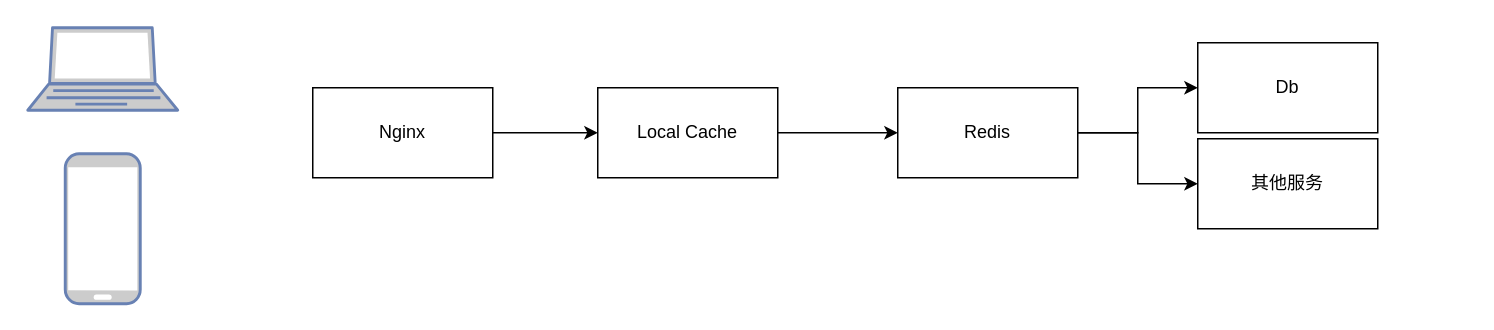
Earlier version of the draw.io diagram 未命名表单.drawio (lndj/draw.io). Source tidied: cells renumbered, new cells numbered last; positions are measured from the earlier drawing's top-left corner, leaving out a move shared by most shapes. Both pictures are drawn from the tidied source at 150%, with x=0, y=0 at pixel (27, 27).
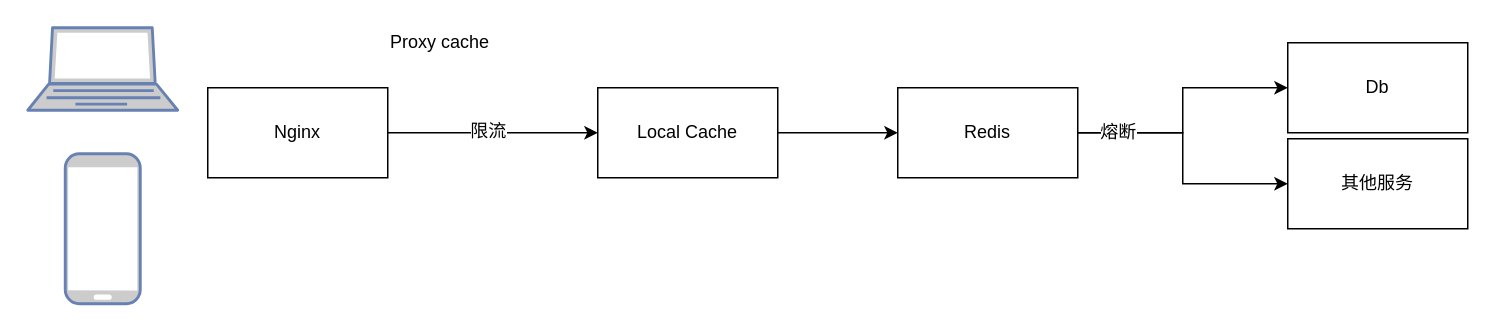
The same page after the edit.

Commit message:
更新未命名表单.drawio

What changed in the source:
```diff
@@
 <mxGraphModel>
   <root>
     <mxCell id="0" />
     <mxCell id="1" parent="0" />
     <mxCell id="2" style="fontColor=#0066CC;verticalAlign=top;verticalLabelPosition=bottom;labelPosition=center;align=center;html=1;fillColor=#CCCCCC;strokeColor=#6881B3;gradientColor=none;gradientDirection=north;strokeWidth=2;shape=mxgraph.networks.laptop;" parent="1" vertex="1">
       <mxGeometry width="100" height="55" as="geometry" />
     </mxCell>
     <mxCell id="3" style="fontColor=#0066CC;verticalAlign=top;verticalLabelPosition=bottom;labelPosition=center;align=center;html=1;fillColor=#CCCCCC;strokeColor=#6881B3;gradientColor=none;gradientDirection=north;strokeWidth=2;shape=mxgraph.networks.mobile;" parent="1" vertex="1">
       <mxGeometry x="25" y="84" width="50" height="100" as="geometry" />
     </mxCell>
     <mxCell id="4" style="edgeStyle=orthogonalEdgeStyle;rounded=0;jettySize=auto;html=1;" parent="1" edge="1" source="5">
       <mxGeometry relative="1" as="geometry">
         <mxPoint x="380" y="70" as="targetPoint" />
       </mxGeometry>
     </mxCell>
+    <mxCell id="13" value="限流" style="text;html=1;align=center;verticalAlign=middle;labelBackgroundColor=#ffffff;" parent="4" vertex="1">
+      <mxGeometry x="-0.06" y="2" relative="1" as="geometry" />
+    </mxCell>
     <mxCell id="5" value="Nginx" style="rounded=0;whiteSpace=wrap;html=1;" parent="1" vertex="1">
-      <mxGeometry x="190" y="40" width="120" height="60" as="geometry" />
+      <mxGeometry x="120" y="40" width="120" height="60" as="geometry" />
     </mxCell>
     <mxCell id="6" style="edgeStyle=orthogonalEdgeStyle;rounded=0;jettySize=auto;html=1;" parent="1" edge="1" source="7" target="10">
       <mxGeometry relative="1" as="geometry" />
     </mxCell>
     <mxCell id="7" value="Local Cache" style="rounded=0;whiteSpace=wrap;html=1;" parent="1" vertex="1">
       <mxGeometry x="380" y="40" width="120" height="60" as="geometry" />
     </mxCell>
     <mxCell id="8" style="edgeStyle=orthogonalEdgeStyle;rounded=0;jettySize=auto;html=1;" parent="1" edge="1" source="10" target="11">
       <mxGeometry relative="1" as="geometry" />
     </mxCell>
     <mxCell id="9" style="edgeStyle=orthogonalEdgeStyle;rounded=0;jettySize=auto;html=1;entryX=0;entryY=0.5;entryDx=0;entryDy=0;" parent="1" edge="1" source="10" target="12">
       <mxGeometry relative="1" as="geometry" />
     </mxCell>
+    <mxCell id="14" value="熔断&lt;br&gt;" style="text;html=1;align=center;verticalAlign=middle;labelBackgroundColor=#ffffff;" parent="9" vertex="1">
+      <mxGeometry x="-0.7" y="1" relative="1" as="geometry" />
+    </mxCell>
     <mxCell id="10" value="Redis&lt;br&gt;" style="rounded=0;whiteSpace=wrap;html=1;" parent="1" vertex="1">
       <mxGeometry x="580" y="40" width="120" height="60" as="geometry" />
     </mxCell>
     <mxCell id="11" value="Db&lt;br&gt;" style="rounded=0;whiteSpace=wrap;html=1;" parent="1" vertex="1">
-      <mxGeometry x="780" y="10" width="120" height="60" as="geometry" />
+      <mxGeometry x="840" y="10" width="120" height="60" as="geometry" />
     </mxCell>
     <mxCell id="12" value="其他服务" style="rounded=0;whiteSpace=wrap;html=1;" parent="1" vertex="1">
-      <mxGeometry x="780" y="74" width="120" height="60" as="geometry" />
+      <mxGeometry x="840" y="74" width="120" height="60" as="geometry" />
     </mxCell>
+    <mxCell id="15" value="Proxy cache&lt;br&gt;" style="text;html=1;align=left;verticalAlign=top;spacingTop=-4;" parent="1" vertex="1">
+      <mxGeometry x="240" width="80" height="20" as="geometry" />
+    </mxCell>
   </root>
 </mxGraphModel>
```
